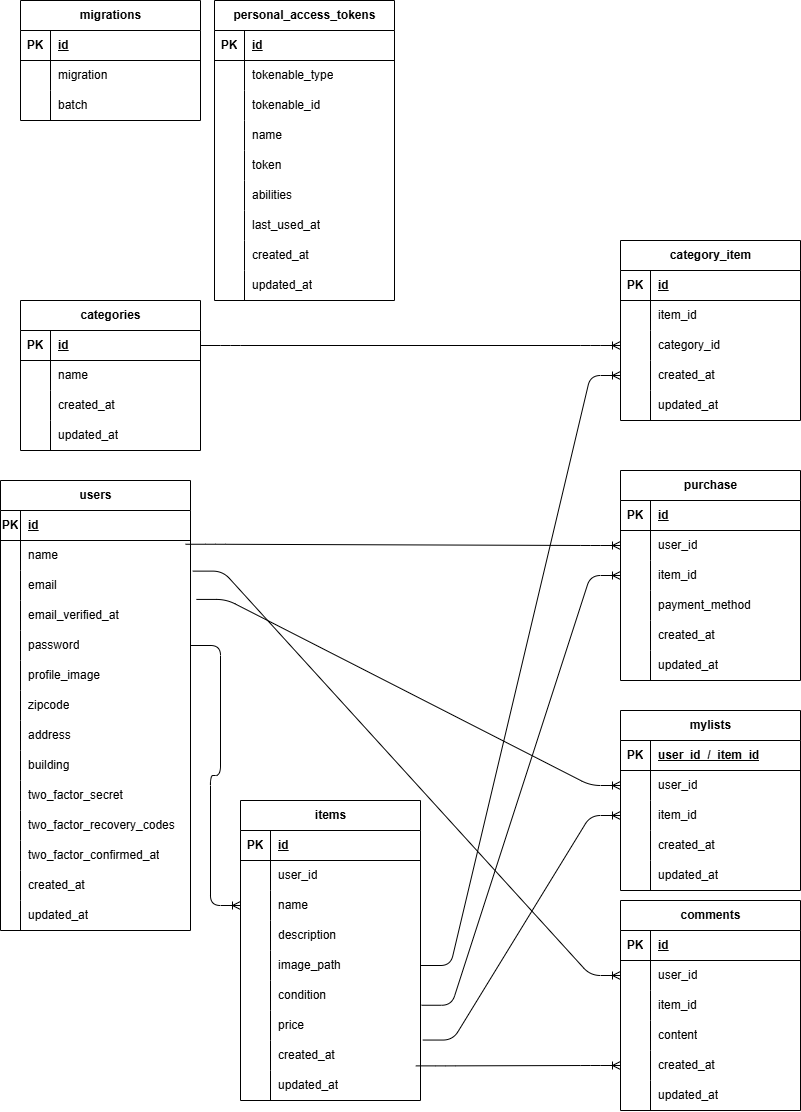
The draw.io diagram ER.drawio.png in pao590/flea-market, before a commit. Source tidied: cells renumbered, new cells last; positions are measured from the earlier drawing's top-left corner, leaving out a move shared by most shapes.
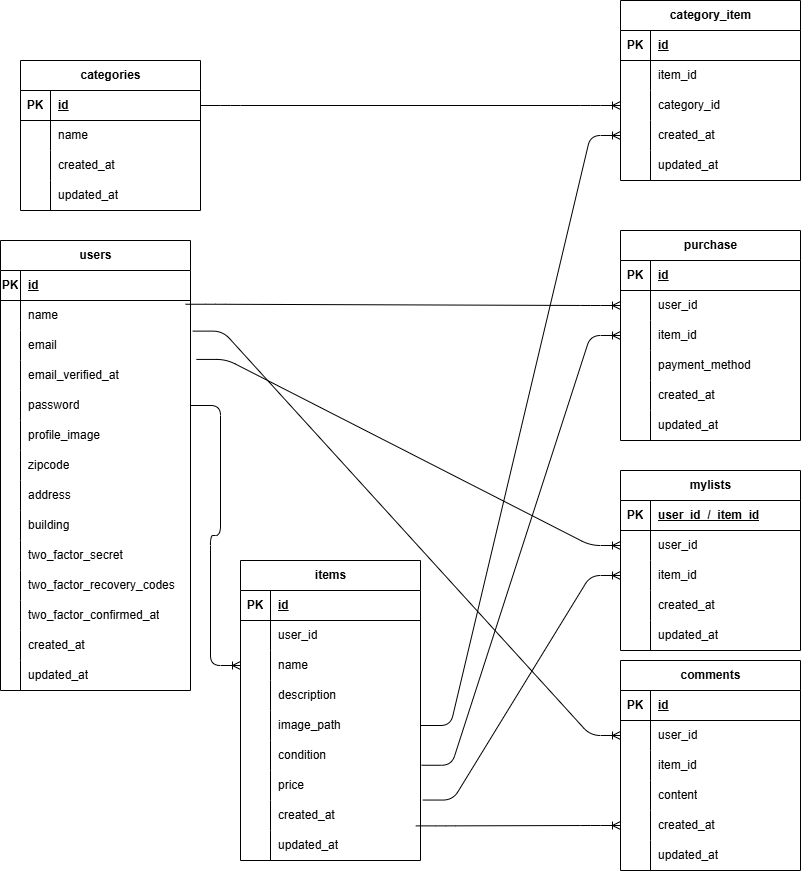
Above is the later version.

Change to the diagram source:
```diff
@@ -86,36 +86,6 @@
     <mxCell id="29" value="updated_at" style="shape=partialRectangle;fillColor=none;top=0;left=0;bottom=0;right=0;align=left;spacingLeft=6;overflow=hidden;whiteSpace=wrap;html=1;" parent="27" vertex="1">
       <mxGeometry x="30" width="150" height="30" as="geometry" />
     </mxCell>
-    <mxCell id="30" value="migrations" style="shape=table;startSize=30;rowLines=0;fontStyle=1;align=center;html=1;" parent="1" vertex="1">
-      <mxGeometry x="20" width="180" height="120" as="geometry" />
-    </mxCell>
-    <mxCell id="31" style="shape=tableRow;horizontal=0;startSize=0;swimlaneHead=0;swimlaneBody=0;fillColor=none;top=0;left=0;right=0;bottom=1;" parent="30" vertex="1">
-      <mxGeometry y="30" width="180" height="30" as="geometry" />
-    </mxCell>
-    <mxCell id="32" value="PK" style="shape=partialRectangle;fillColor=none;top=0;left=0;bottom=0;right=0;fontStyle=1;overflow=hidden;whiteSpace=wrap;html=1;" parent="31" vertex="1">
-      <mxGeometry width="30" height="30" as="geometry" />
-    </mxCell>
-    <mxCell id="33" value="id" style="shape=partialRectangle;fillColor=none;top=0;left=0;bottom=0;right=0;align=left;spacingLeft=6;fontStyle=5;overflow=hidden;whiteSpace=wrap;html=1;" parent="31" vertex="1">
-      <mxGeometry x="30" width="150" height="30" as="geometry" />
-    </mxCell>
-    <mxCell id="34" style="shape=tableRow;horizontal=0;startSize=0;swimlaneHead=0;swimlaneBody=0;fillColor=none;top=0;left=0;right=0;bottom=0;" parent="30" vertex="1">
-      <mxGeometry y="60" width="180" height="30" as="geometry" />
-    </mxCell>
-    <mxCell id="35" style="shape=partialRectangle;fillColor=none;top=0;left=0;bottom=0;right=0;overflow=hidden;whiteSpace=wrap;html=1;" parent="34" vertex="1">
-      <mxGeometry width="30" height="30" as="geometry" />
-    </mxCell>
-    <mxCell id="36" value="migration" style="shape=partialRectangle;fillColor=none;top=0;left=0;bottom=0;right=0;align=left;spacingLeft=6;overflow=hidden;whiteSpace=wrap;html=1;" parent="34" vertex="1">
-      <mxGeometry x="30" width="150" height="30" as="geometry" />
-    </mxCell>
-    <mxCell id="37" style="shape=tableRow;horizontal=0;startSize=0;swimlaneHead=0;swimlaneBody=0;fillColor=none;top=0;left=0;right=0;bottom=0;" parent="30" vertex="1">
-      <mxGeometry y="90" width="180" height="30" as="geometry" />
-    </mxCell>
-    <mxCell id="38" style="shape=partialRectangle;fillColor=none;top=0;left=0;bottom=0;right=0;overflow=hidden;whiteSpace=wrap;html=1;" parent="37" vertex="1">
-      <mxGeometry width="30" height="30" as="geometry" />
-    </mxCell>
-    <mxCell id="39" value="batch" style="shape=partialRectangle;fillColor=none;top=0;left=0;bottom=0;right=0;align=left;spacingLeft=6;overflow=hidden;whiteSpace=wrap;html=1;" parent="37" vertex="1">
-      <mxGeometry x="30" width="150" height="30" as="geometry" />
-    </mxCell>
     <mxCell id="40" value="users" style="shape=table;startSize=30;rowLines=0;fontStyle=1;align=center;html=1;" parent="1" vertex="1">
       <mxGeometry y="480" width="190" height="450" as="geometry" />
     </mxCell>
@@ -494,90 +464,6 @@
     <mxCell id="165" value="updated_at" style="shape=partialRectangle;fillColor=none;top=0;left=0;bottom=0;right=0;align=left;spacingLeft=6;overflow=hidden;whiteSpace=wrap;html=1;" parent="163" vertex="1">
       <mxGeometry x="30" width="150" height="30" as="geometry" />
     </mxCell>
-    <mxCell id="166" value="personal_access_tokens" style="shape=table;startSize=30;rowLines=0;fontStyle=1;align=center;html=1;" parent="1" vertex="1">
-      <mxGeometry x="214" width="180" height="300" as="geometry" />
-    </mxCell>
-    <mxCell id="167" style="shape=tableRow;horizontal=0;startSize=0;swimlaneHead=0;swimlaneBody=0;fillColor=none;top=0;left=0;right=0;bottom=1;" parent="166" vertex="1">
-      <mxGeometry y="30" width="180" height="30" as="geometry" />
-    </mxCell>
-    <mxCell id="168" value="PK" style="shape=partialRectangle;fillColor=none;top=0;left=0;bottom=0;right=0;fontStyle=1;overflow=hidden;whiteSpace=wrap;html=1;" parent="167" vertex="1">
-      <mxGeometry width="30" height="30" as="geometry" />
-    </mxCell>
-    <mxCell id="169" value="id" style="shape=partialRectangle;fillColor=none;top=0;left=0;bottom=0;right=0;align=left;spacingLeft=6;fontStyle=5;overflow=hidden;whiteSpace=wrap;html=1;" parent="167" vertex="1">
-      <mxGeometry x="30" width="150" height="30" as="geometry" />
-    </mxCell>
-    <mxCell id="170" style="shape=tableRow;horizontal=0;startSize=0;swimlaneHead=0;swimlaneBody=0;fillColor=none;top=0;left=0;right=0;bottom=0;" parent="166" vertex="1">
-      <mxGeometry y="60" width="180" height="30" as="geometry" />
-    </mxCell>
-    <mxCell id="171" style="shape=partialRectangle;fillColor=none;top=0;left=0;bottom=0;right=0;overflow=hidden;whiteSpace=wrap;html=1;" parent="170" vertex="1">
-      <mxGeometry width="30" height="30" as="geometry" />
-    </mxCell>
-    <mxCell id="172" value="tokenable_type" style="shape=partialRectangle;fillColor=none;top=0;left=0;bottom=0;right=0;align=left;spacingLeft=6;overflow=hidden;whiteSpace=wrap;html=1;" parent="170" vertex="1">
-      <mxGeometry x="30" width="150" height="30" as="geometry" />
-    </mxCell>
-    <mxCell id="173" style="shape=tableRow;horizontal=0;startSize=0;swimlaneHead=0;swimlaneBody=0;fillColor=none;top=0;left=0;right=0;bottom=0;" parent="166" vertex="1">
-      <mxGeometry y="90" width="180" height="30" as="geometry" />
-    </mxCell>
-    <mxCell id="174" style="shape=partialRectangle;fillColor=none;top=0;left=0;bottom=0;right=0;overflow=hidden;whiteSpace=wrap;html=1;" parent="173" vertex="1">
-      <mxGeometry width="30" height="30" as="geometry" />
-    </mxCell>
-    <mxCell id="175" value="tokenable_id" style="shape=partialRectangle;fillColor=none;top=0;left=0;bottom=0;right=0;align=left;spacingLeft=6;overflow=hidden;whiteSpace=wrap;html=1;" parent="173" vertex="1">
-      <mxGeometry x="30" width="150" height="30" as="geometry" />
-    </mxCell>
-    <mxCell id="176" style="shape=tableRow;horizontal=0;startSize=0;swimlaneHead=0;swimlaneBody=0;fillColor=none;top=0;left=0;right=0;bottom=0;" parent="166" vertex="1">
-      <mxGeometry y="120" width="180" height="30" as="geometry" />
-    </mxCell>
-    <mxCell id="177" style="shape=partialRectangle;fillColor=none;top=0;left=0;bottom=0;right=0;overflow=hidden;whiteSpace=wrap;html=1;" parent="176" vertex="1">
-      <mxGeometry width="30" height="30" as="geometry" />
-    </mxCell>
-    <mxCell id="178" value="name" style="shape=partialRectangle;fillColor=none;top=0;left=0;bottom=0;right=0;align=left;spacingLeft=6;overflow=hidden;whiteSpace=wrap;html=1;" parent="176" vertex="1">
-      <mxGeometry x="30" width="150" height="30" as="geometry" />
-    </mxCell>
-    <mxCell id="179" style="shape=tableRow;horizontal=0;startSize=0;swimlaneHead=0;swimlaneBody=0;fillColor=none;top=0;left=0;right=0;bottom=0;" parent="166" vertex="1">
-      <mxGeometry y="150" width="180" height="30" as="geometry" />
-    </mxCell>
-    <mxCell id="180" style="shape=partialRectangle;fillColor=none;top=0;left=0;bottom=0;right=0;overflow=hidden;whiteSpace=wrap;html=1;" parent="179" vertex="1">
-      <mxGeometry width="30" height="30" as="geometry" />
-    </mxCell>
-    <mxCell id="181" value="token" style="shape=partialRectangle;fillColor=none;top=0;left=0;bottom=0;right=0;align=left;spacingLeft=6;overflow=hidden;whiteSpace=wrap;html=1;" parent="179" vertex="1">
-      <mxGeometry x="30" width="150" height="30" as="geometry" />
-    </mxCell>
-    <mxCell id="182" style="shape=tableRow;horizontal=0;startSize=0;swimlaneHead=0;swimlaneBody=0;fillColor=none;top=0;left=0;right=0;bottom=0;" parent="166" vertex="1">
-      <mxGeometry y="180" width="180" height="30" as="geometry" />
-    </mxCell>
-    <mxCell id="183" style="shape=partialRectangle;fillColor=none;top=0;left=0;bottom=0;right=0;overflow=hidden;whiteSpace=wrap;html=1;" parent="182" vertex="1">
-      <mxGeometry width="30" height="30" as="geometry" />
-    </mxCell>
-    <mxCell id="184" value="abilities" style="shape=partialRectangle;fillColor=none;top=0;left=0;bottom=0;right=0;align=left;spacingLeft=6;overflow=hidden;whiteSpace=wrap;html=1;" parent="182" vertex="1">
-      <mxGeometry x="30" width="150" height="30" as="geometry" />
-    </mxCell>
-    <mxCell id="185" style="shape=tableRow;horizontal=0;startSize=0;swimlaneHead=0;swimlaneBody=0;fillColor=none;top=0;left=0;right=0;bottom=0;" parent="166" vertex="1">
-      <mxGeometry y="210" width="180" height="30" as="geometry" />
-    </mxCell>
-    <mxCell id="186" style="shape=partialRectangle;fillColor=none;top=0;left=0;bottom=0;right=0;overflow=hidden;whiteSpace=wrap;html=1;" parent="185" vertex="1">
-      <mxGeometry width="30" height="30" as="geometry" />
-    </mxCell>
-    <mxCell id="187" value="last_used_at" style="shape=partialRectangle;fillColor=none;top=0;left=0;bottom=0;right=0;align=left;spacingLeft=6;overflow=hidden;whiteSpace=wrap;html=1;" parent="185" vertex="1">
-      <mxGeometry x="30" width="150" height="30" as="geometry" />
-    </mxCell>
-    <mxCell id="188" style="shape=tableRow;horizontal=0;startSize=0;swimlaneHead=0;swimlaneBody=0;fillColor=none;top=0;left=0;right=0;bottom=0;" parent="166" vertex="1">
-      <mxGeometry y="240" width="180" height="30" as="geometry" />
-    </mxCell>
-    <mxCell id="189" style="shape=partialRectangle;fillColor=none;top=0;left=0;bottom=0;right=0;overflow=hidden;whiteSpace=wrap;html=1;" parent="188" vertex="1">
-      <mxGeometry width="30" height="30" as="geometry" />
-    </mxCell>
-    <mxCell id="190" value="created_at" style="shape=partialRectangle;fillColor=none;top=0;left=0;bottom=0;right=0;align=left;spacingLeft=6;overflow=hidden;whiteSpace=wrap;html=1;" parent="188" vertex="1">
-      <mxGeometry x="30" width="150" height="30" as="geometry" />
-    </mxCell>
-    <mxCell id="191" style="shape=tableRow;horizontal=0;startSize=0;swimlaneHead=0;swimlaneBody=0;fillColor=none;top=0;left=0;right=0;bottom=0;" parent="166" vertex="1">
-      <mxGeometry y="270" width="180" height="30" as="geometry" />
-    </mxCell>
-    <mxCell id="192" style="shape=partialRectangle;fillColor=none;top=0;left=0;bottom=0;right=0;overflow=hidden;whiteSpace=wrap;html=1;" parent="191" vertex="1">
-      <mxGeometry width="30" height="30" as="geometry" />
-    </mxCell>
-    <mxCell id="193" value="updated_at" style="shape=partialRectangle;fillColor=none;top=0;left=0;bottom=0;right=0;align=left;spacingLeft=6;overflow=hidden;whiteSpace=wrap;html=1;" parent="191" vertex="1">
-      <mxGeometry x="30" width="150" height="30" as="geometry" />
-    </mxCell>
     <mxCell id="194" style="edgeStyle=entityRelationEdgeStyle;fontSize=12;html=1;endArrow=ERoneToMany;exitX=1;exitY=0.5;exitDx=0;exitDy=0;entryX=0;entryY=0.5;entryDx=0;entryDy=0;" parent="1" edge="1" source="154" target="144">
       <mxGeometry relative="1" as="geometry" />
     </mxCell>
```
